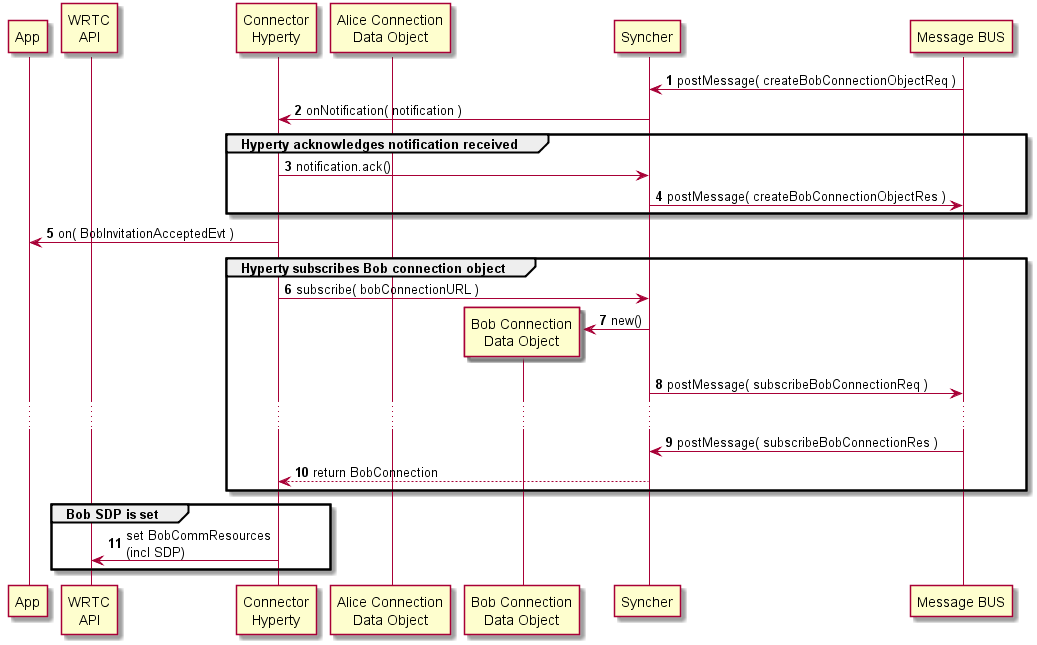
Above: docs/hyperties/connector/connector-alice-acked-bob-accepted-invitation.png in reTHINK-project/scenario-service-implementation (PlantUML), before the change. Its source is kept beside it as docs/hyperties/connector/connector-alice-acked-bob-accepted-invitation.puml.
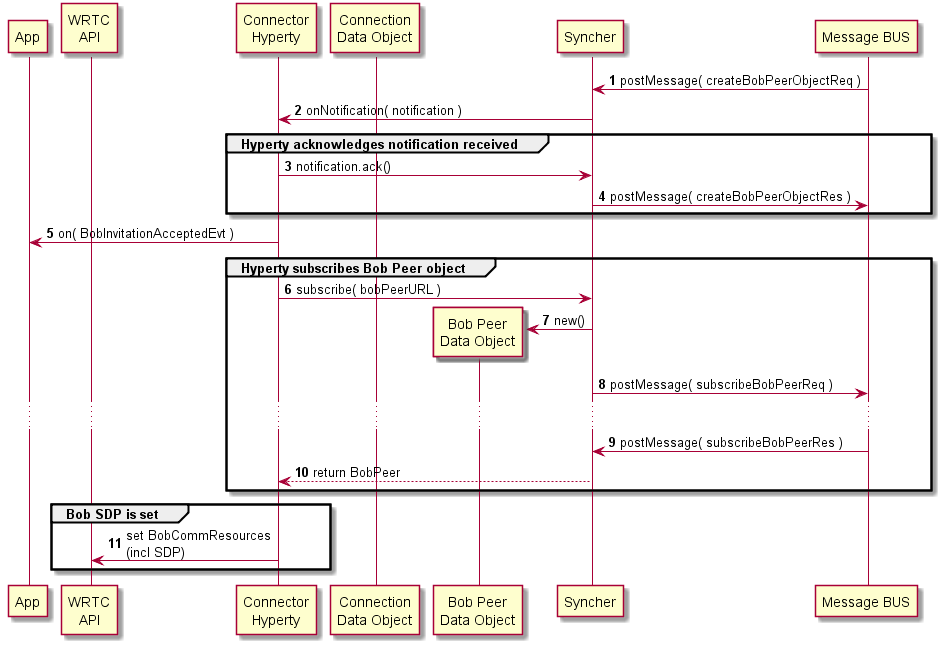
Above is the later version.

Commit message:
Connector Hyperty updated according to changes to Connection data model

The edit, as a diff of the source:
```diff
@@ -7,15 +7,15 @@
 
 participant "Connector\nHyperty" as voiceH
 
-participant "Alice Connection\nData Object" as ConnA
+participant "Connection\nData Object" as ConnA
 
-participant "Bob Connection\nData Object" as ConnB
+participant "Bob Peer\nData Object" as ConnB
 
 participant "Syncher" as sync
 
 participant "Message BUS" as bus
 
-bus ->  sync : postMessage( createBobConnectionObjectReq )
+bus ->  sync : postMessage( createBobPeerObjectReq )
 
 sync -> voiceH : onNotification( notification )
 
@@ -23,27 +23,27 @@
 
 sync <- voiceH : notification.ack()
 
-sync -> bus : postMessage( createBobConnectionObjectRes )
+sync -> bus : postMessage( createBobPeerObjectRes )
 
 end group
 
 voiceH -> app : on( BobInvitationAcceptedEvt )
 
-group Hyperty subscribes Bob connection object
+group Hyperty subscribes Bob Peer object
 
-voiceH -> sync : subscribe( bobConnectionURL )
+voiceH -> sync : subscribe( bobPeerURL )
 
 create ConnB
 
 sync -> ConnB : new()
 
-sync -> bus : postMessage( subscribeBobConnectionReq )
+sync -> bus : postMessage( subscribeBobPeerReq )
 
 ...
 
-sync <- bus : postMessage( subscribeBobConnectionRes )
+sync <- bus : postMessage( subscribeBobPeerRes )
 
-sync --> voiceH : return BobConnection
+sync --> voiceH : return BobPeer
 
 end group
 
```
